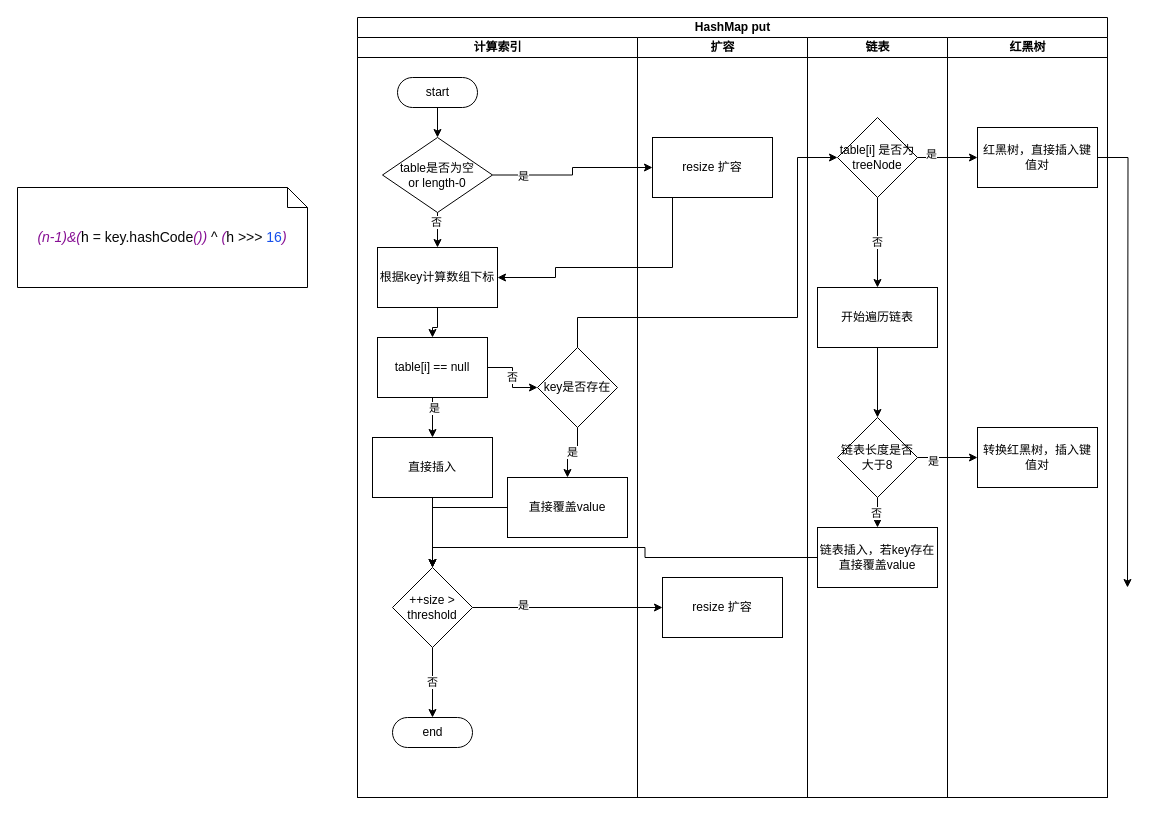
Above: 未命名绘图.drawio in jay121169/draw.io (draw.io), before the change. Source tidied: cells renumbered, new cells numbered last; positions are measured from the earlier drawing's top-left corner, leaving out a move shared by most shapes. Both pictures are drawn from the tidied source at 100%, with x=0, y=0 at pixel (17, 17).
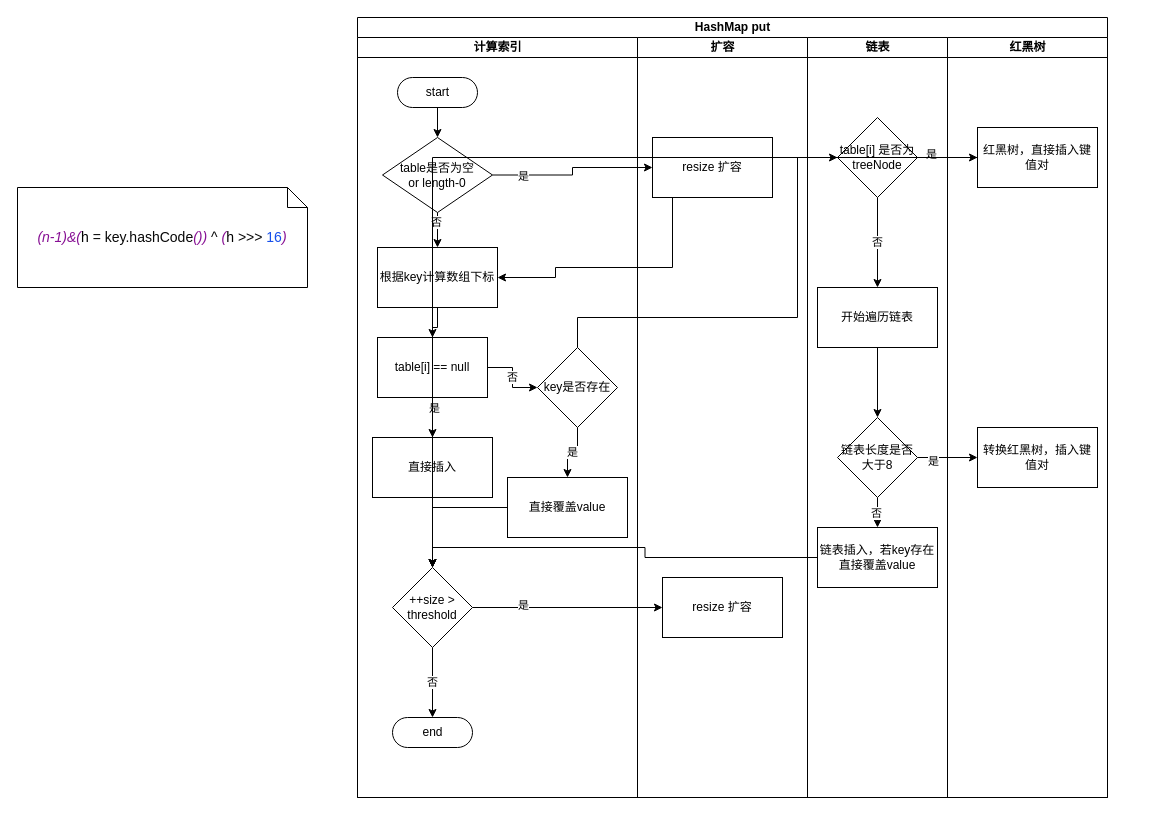
After the change.

Commit message:
更新未命名绘图.drawio

Unchanged cells that the change refers to:
```xml
<mxCell id="27" value="红黑树，直接插入键值对" style="whiteSpace=wrap;html=1;dashed=0;" parent="26" vertex="1">
  <mxGeometry x="30" y="90" width="120" height="60" as="geometry" />
</mxCell>
<mxCell id="38" value="++size &amp;gt;&lt;br&gt;threshold" style="rhombus;whiteSpace=wrap;html=1;dashed=0;" parent="1" vertex="1">
  <mxGeometry x="375" y="550" width="80" height="80" as="geometry" />
</mxCell>
```

The edit, as a diff of the source:
```diff
@@
-    <mxCell id="51" style="edgeStyle=orthogonalEdgeStyle;rounded=0;jettySize=auto;html=1;" parent="1" edge="1" source="27">
-      <mxGeometry relative="1" as="geometry">
-        <mxPoint x="1110" y="570" as="targetPoint" />
-      </mxGeometry>
+    <mxCell id="51" style="edgeStyle=orthogonalEdgeStyle;rounded=0;jettySize=auto;html=1;entryX=0.5;entryY=0;entryDx=0;entryDy=0;" parent="1" edge="1" source="27" target="38">
+      <mxGeometry relative="1" as="geometry" />
     </mxCell>
```
